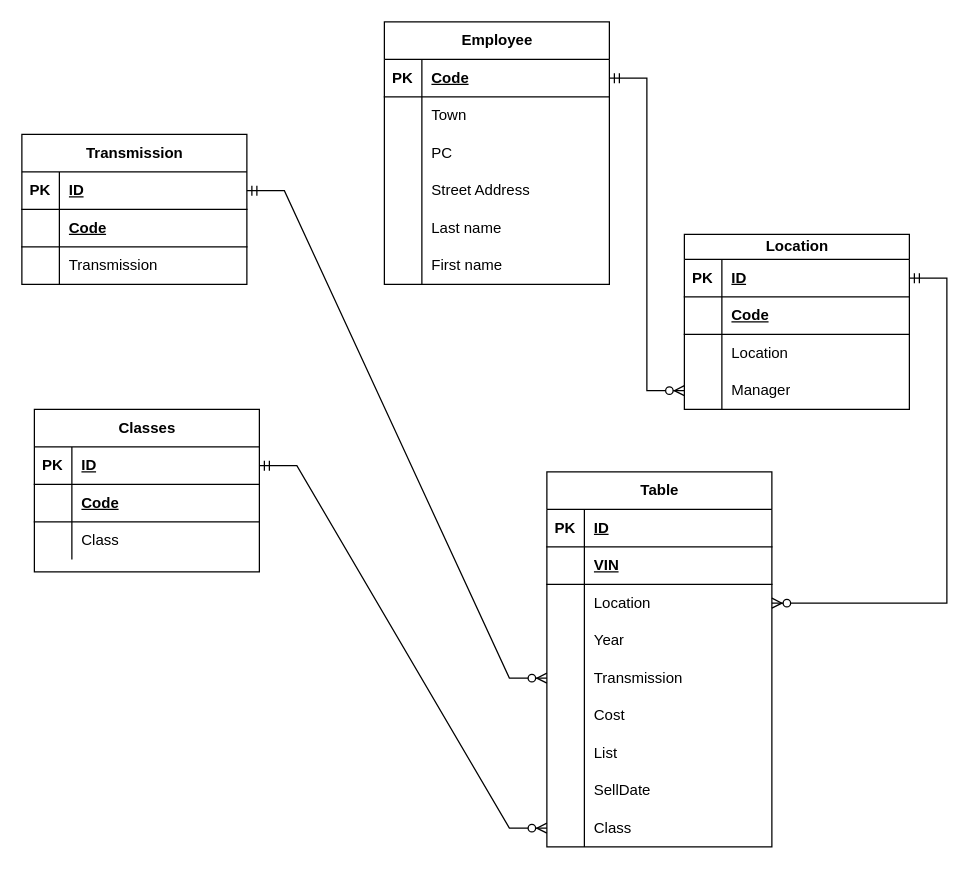
Earlier version of the draw.io diagram Untitled Diagram.drawio (Creative-Script/test2). Source tidied: cells renumbered, new cells numbered last; positions are measured from the earlier drawing's top-left corner, leaving out a move shared by most shapes. Both pictures are drawn from the tidied source at 125%, with x=0, y=0 at pixel (21, 21).
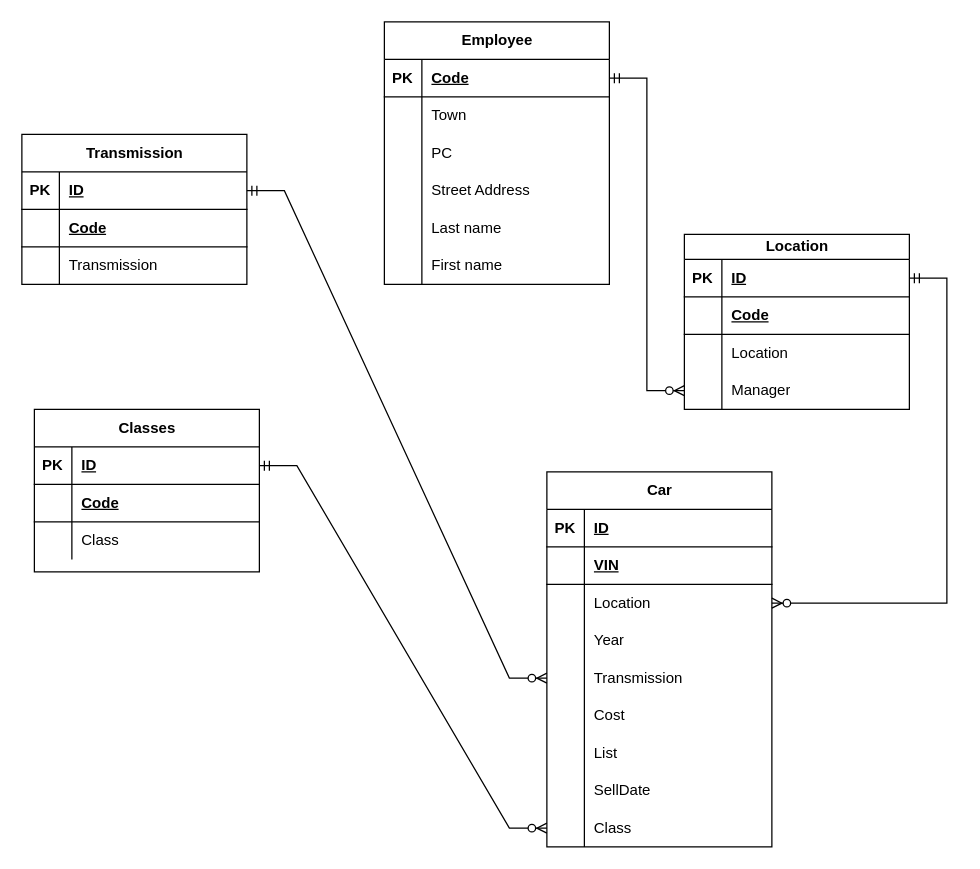
The same page after the edit.

Change to the diagram source:
```diff
@@
-    <mxCell id="54" value="Table" style="shape=table;startSize=30;childLayout=tableLayout;rowLines=0;fontStyle=1;align=center;html=1;" parent="1" vertex="1">
+    <mxCell id="54" value="Car" style="shape=table;startSize=30;childLayout=tableLayout;rowLines=0;fontStyle=1;align=center;html=1;" parent="1" vertex="1">
       <mxGeometry x="420" y="360" width="180" height="300" as="geometry" />
     </mxCell>
```
